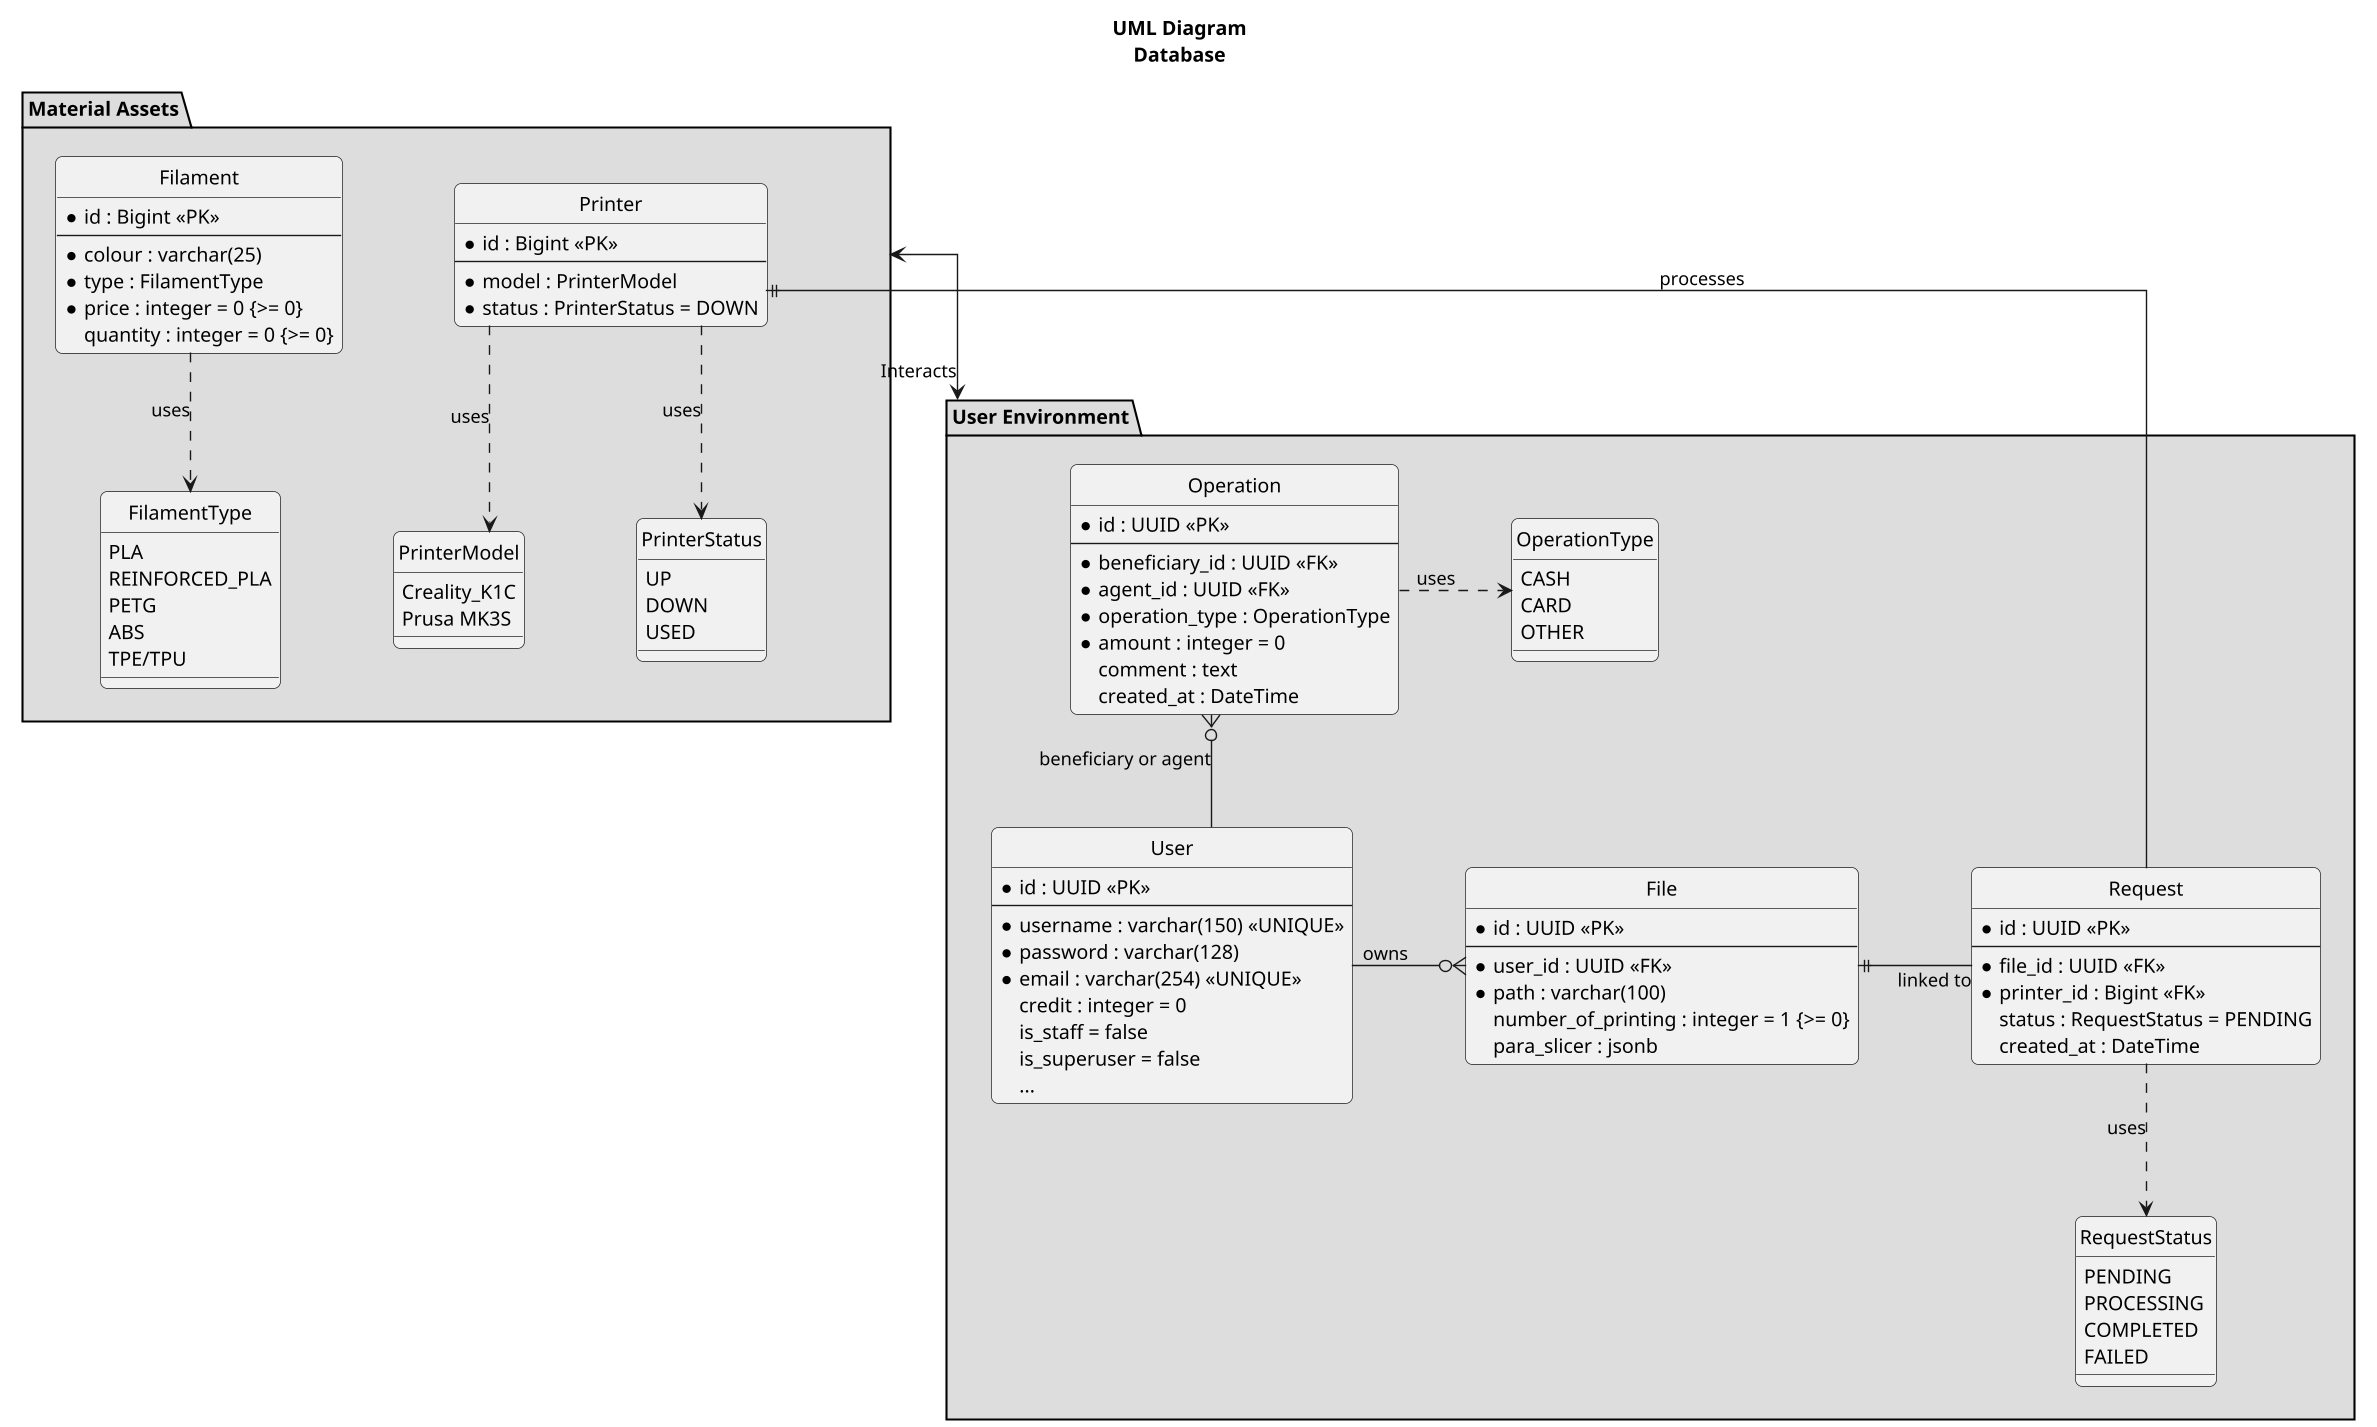
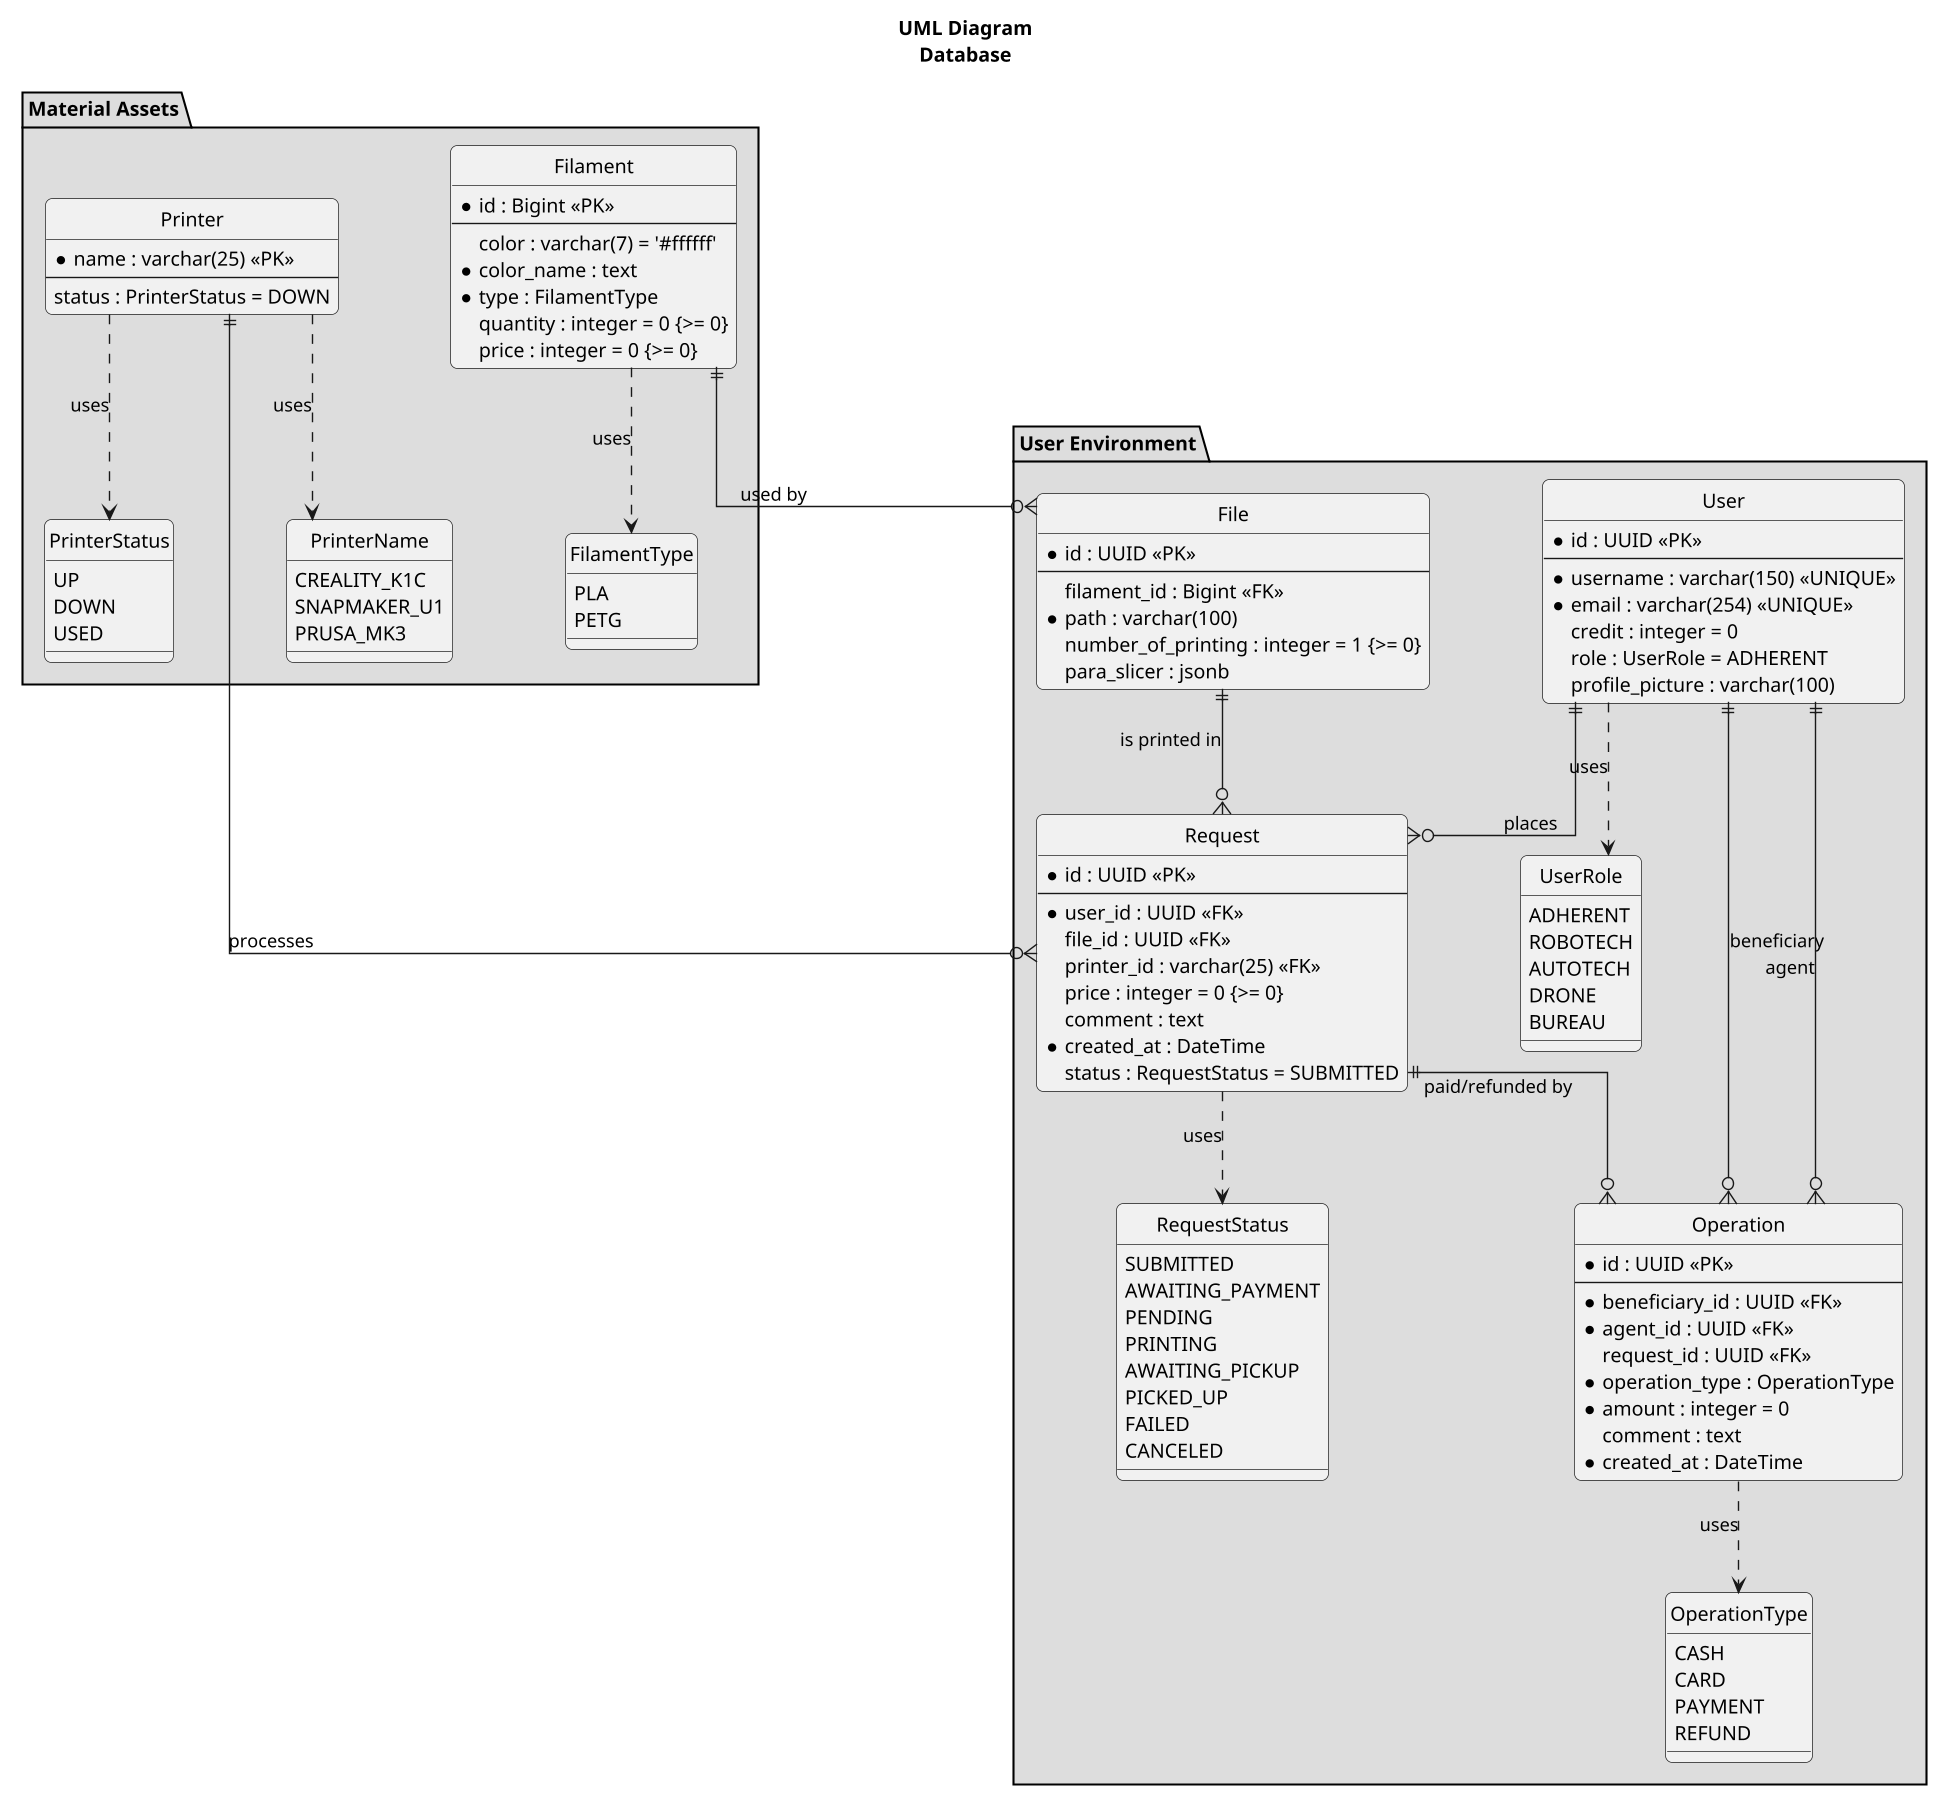
@startuml
title UML Diagram\nDatabase
scale 1.4
hide circle
skinparam linetype ortho
skinparam shadowing false
skinparam roundcorner 10
skinparam nodesep 80
skinparam ranksep 80
skinparam monochrome true
skinparam backgroundColor white
skinparam defaultFontName Segoe UI, Arial, sans-serif
skinparam style strictuml

+ package "User Environment" #DDDDDD {

- 
- 
- 
- package "User Environment" #DDDDDD{
+     enum UserRole {
+         ADHERENT
+         ROBOTECH
+         AUTOTECH
+         DRONE
+         BUREAU
+     }

    enum RequestStatus {
+         SUBMITTED
+         AWAITING_PAYMENT
        PENDING
-         PROCESSING
-         COMPLETED
+         PRINTING
+         AWAITING_PICKUP
+         PICKED_UP
        FAILED
+         CANCELED
    }
+ 
    enum OperationType {
        CASH
        CARD
-         OTHER
+         PAYMENT
+         REFUND
    }

    entity "User" as user {
-       *id : UUID <<PK>>
-       --
-       *username : varchar(150) <<UNIQUE>>
-       *password : varchar(128)
-       *email : varchar(254) <<UNIQUE>>
-       credit : integer = 0
-       is_staff = false
-       is_superuser = false
-       ...
+         *id : UUID <<PK>>
+         --
+         *username : varchar(150) <<UNIQUE>>
+         *email : varchar(254) <<UNIQUE>>
+         credit : integer = 0
+         role : UserRole = ADHERENT
+         profile_picture : varchar(100)
    }

-     entity "Operation" as operation{
+     entity "File" as file {
        *id : UUID <<PK>>
        --
-         *beneficiary_id : UUID <<FK>>
-         *agent_id : UUID <<FK>>
-         *operation_type : OperationType
-         *amount : integer = 0
-         comment : text
-         created_at : DateTime
-     }
-     entity "File" as file{
-         *id : UUID <<PK>>
-         --
-         *user_id : UUID <<FK>>
+         filament_id : Bigint <<FK>>
        *path : varchar(100)
        number_of_printing : integer = 1 {>= 0}
        para_slicer : jsonb
    }

+     entity "Request" as request {
+         *id : UUID <<PK>>
+         --
+         *user_id : UUID <<FK>>
+         file_id : UUID <<FK>>
+         printer_id : varchar(25) <<FK>>
+         price : integer = 0 {>= 0}
+         comment : text
+         *created_at : DateTime
+         status : RequestStatus = SUBMITTED
+     }

-     entity "Request" as request{
-             *id : UUID <<PK>>
-             --
-             *file_id : UUID <<FK>>
-             *printer_id : Bigint <<FK>>
-             status : RequestStatus = PENDING
-             created_at : DateTime
+     entity "Operation" as operation {
+         *id : UUID <<PK>>
+         --
+         *beneficiary_id : UUID <<FK>>
+         *agent_id : UUID <<FK>>
+         request_id : UUID <<FK>>
+         *operation_type : OperationType
+         *amount : integer = 0
+         comment : text
+         *created_at : DateTime
    }
}
- package "Material Assets" #DDDDDD{
+ 
+ package "Material Assets" #DDDDDD {
    entity "Printer" as printer {
-             *id : Bigint <<PK>>
-             --
-             *model : PrinterModel
-             *status : PrinterStatus = DOWN
+         *name : varchar(25) <<PK>>
+         --
+         status : PrinterStatus = DOWN
    }

-     entity "Filament" as filament{
+     entity "Filament" as filament {
        *id : Bigint <<PK>>
        --
-         *colour : varchar(25)
+         color : varchar(7) = '#ffffff'
+         *color_name : text
        *type : FilamentType
-         *price : integer = 0 {>= 0}
        quantity : integer = 0 {>= 0}
+         price : integer = 0 {>= 0}
    }

    enum FilamentType {
        PLA
-         REINFORCED_PLA
        PETG
-         ABS
-         TPE/TPU
    }

-     enum PrinterModel {
-         Creality_K1C
-         Prusa MK3S
+     enum PrinterName {
+         CREALITY_K1C
+         SNAPMAKER_U1
+         PRUSA_MK3
    }

    enum PrinterStatus {
        UP
        DOWN
        USED
    }
}

+ ' Relationships
+ user ||--o{ request : "places"
+ user ||--o{ operation : "beneficiary"
+ user ||--o{ operation : "agent"

+ file ||--o{ request : "is printed in"
+ filament ||--o{ file : "used by"
+ printer ||--o{ request : "processes"
+ request ||--o{ operation : "paid/refunded by"

+ ' Enum dependencies
+ user ..> UserRole : uses
+ request ..> RequestStatus : uses
+ operation ..> OperationType : uses
+ printer ..> PrinterStatus : uses
+ printer ..> PrinterName : uses
+ filament ..> FilamentType : uses

- file }o-l- user : owns
- file ||-r- request : linked to
- "Material Assets" <--> "User Environment" : Interacts
- printer ||-- request : processes
- operation }o-- user : beneficiary or agent
- request .d.> RequestStatus : uses
- printer ..> PrinterStatus : uses
- printer ..> PrinterModel : uses
- filament ..> FilamentType : uses
- operation .r.> OperationType : uses
@enduml